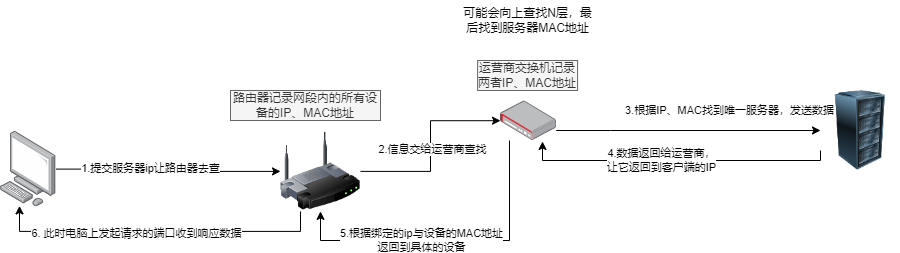
The draw.io diagram ARP协议_获取MAC地址.drawio.png in JYbill/draw, before a commit. Source tidied: cells renumbered, new cells last; positions are measured from the earlier drawing's top-left corner, leaving out a move shared by most shapes.
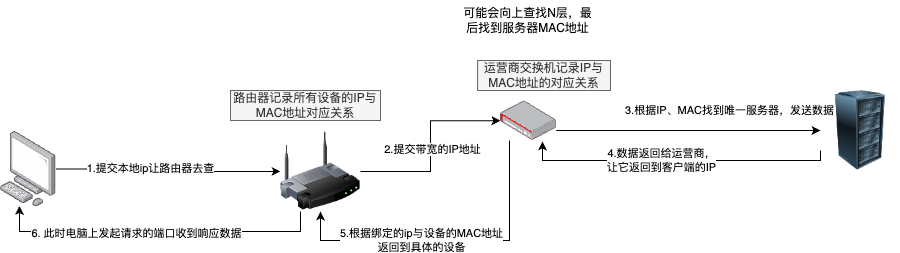
Later version of the same file.

Commit message:
更新ARP协议_获取MAC地址.drawio.png

The edit, as a diff of the source:
```diff
@@ -5,7 +5,7 @@
     <mxCell id="2" style="edgeStyle=orthogonalEdgeStyle;rounded=0;jettySize=auto;html=1;" parent="1" edge="1" source="4" target="9">
       <mxGeometry relative="1" as="geometry" />
     </mxCell>
-    <mxCell id="3" value="1.提交服务器ip让路由器去查" style="edgeLabel;html=1;align=center;verticalAlign=middle;" parent="2" vertex="1">
+    <mxCell id="3" value="1.提交本地ip让路由器去查" style="edgeLabel;html=1;align=center;verticalAlign=middle;" parent="2" vertex="1">
       <mxGeometry x="-0.28" y="-3" relative="1" as="geometry">
         <mxPoint x="12" y="-4" as="offset" />
       </mxGeometry>
@@ -16,7 +16,7 @@
     <mxCell id="5" style="edgeStyle=orthogonalEdgeStyle;rounded=0;jettySize=auto;html=1;exitX=1;exitY=0.5;exitDx=0;exitDy=0;" parent="1" edge="1" source="9" target="14">
       <mxGeometry relative="1" as="geometry" />
     </mxCell>
-    <mxCell id="6" value="2.信息交给运营商查找" style="edgeLabel;html=1;align=center;verticalAlign=middle;" parent="5" vertex="1">
+    <mxCell id="6" value="2.提交带宽的IP地址" style="edgeLabel;html=1;align=center;verticalAlign=middle;" parent="5" vertex="1">
       <mxGeometry x="-0.03" y="-1" relative="1" as="geometry" />
     </mxCell>
     <mxCell id="7" style="edgeStyle=orthogonalEdgeStyle;rounded=0;jettySize=auto;html=1;exitX=0.25;exitY=1;exitDx=0;exitDy=0;entryX=0.342;entryY=0.989;entryDx=0;entryDy=0;entryPerimeter=0;" parent="1" edge="1" source="9" target="4">
@@ -78,11 +78,11 @@
     <mxCell id="18" style="image;html=1;image=img/lib/clip_art/computers/Server_Rack_128x128.png;" parent="1" vertex="1">
       <mxGeometry x="820" y="90" width="80" height="80" as="geometry" />
     </mxCell>
-    <mxCell id="19" value="路由器记录网段内的所有设备的IP、MAC地址" style="text;html=1;strokeColor=#666666;fillColor=#f5f5f5;align=center;verticalAlign=middle;whiteSpace=wrap;rounded=0;fontColor=#333333;" parent="1" vertex="1">
+    <mxCell id="19" value="路由器记录所有设备的IP与MAC地址对应关系" style="text;html=1;strokeColor=#666666;fillColor=#f5f5f5;align=center;verticalAlign=middle;whiteSpace=wrap;rounded=0;fontColor=#333333;" parent="1" vertex="1">
       <mxGeometry x="230" y="90" width="150" height="30" as="geometry" />
     </mxCell>
-    <mxCell id="20" value="运营商交换机记录两者IP、MAC地址" style="text;html=1;strokeColor=#666666;fillColor=#f5f5f5;align=center;verticalAlign=middle;whiteSpace=wrap;rounded=0;fontColor=#333333;" parent="1" vertex="1">
-      <mxGeometry x="477.1" y="60" width="100" height="30" as="geometry" />
+    <mxCell id="20" value="运营商交换机记录IP与MAC地址的对应关系" style="text;html=1;strokeColor=#666666;fillColor=#f5f5f5;align=center;verticalAlign=middle;whiteSpace=wrap;rounded=0;fontColor=#333333;" parent="1" vertex="1">
+      <mxGeometry x="477.1" y="60" width="132.9" height="30" as="geometry" />
     </mxCell>
   </root>
 </mxGraphModel>
```
